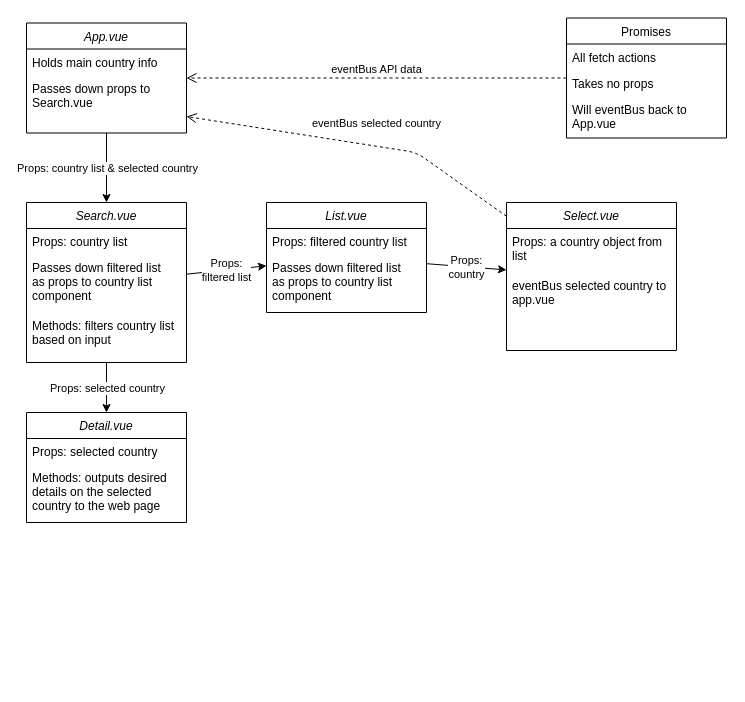
Above: client/diagrams/component_diagram.drawio in mjmccoach/geoexplorers (draw.io), before the change. Source tidied: cells renumbered, new cells numbered last; positions are measured from the earlier drawing's top-left corner, leaving out a move shared by most shapes. Both pictures are drawn from the tidied source at 100%, with x=0, y=0 at pixel (26, 18).
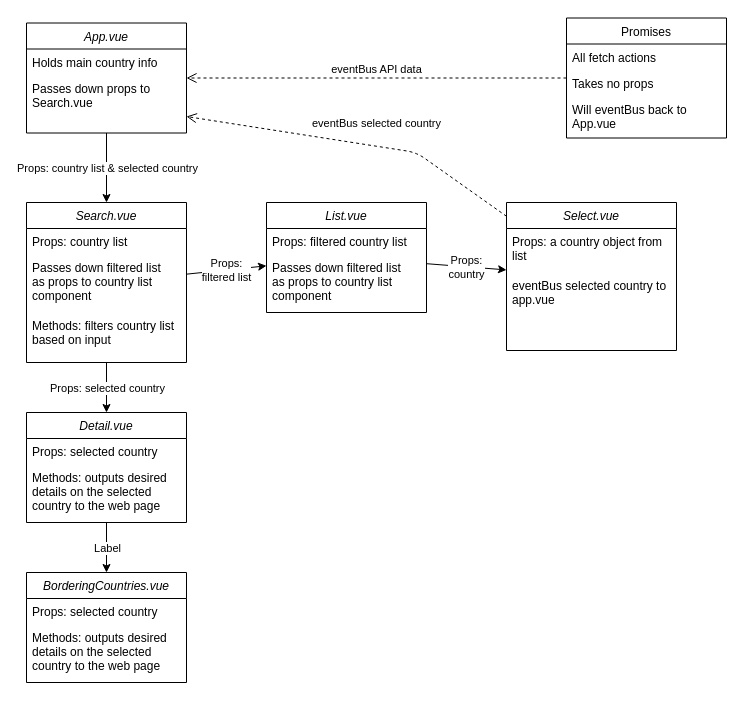
After the change.

Unchanged cells that the change refers to:
```xml
<mxCell id="27" value="Detail.vue" style="swimlane;fontStyle=2;align=center;verticalAlign=top;horizontal=1;startSize=26;rounded=0;shadow=0;strokeWidth=1;" parent="1" vertex="1">
  <mxGeometry y="394" width="160" height="110" as="geometry" />
</mxCell>
```

The edit, as a diff of the source:
```diff
@@
+    <mxCell id="32" value="BorderingCountries.vue" style="swimlane;fontStyle=2;align=center;verticalAlign=top;horizontal=1;startSize=26;rounded=0;shadow=0;strokeWidth=1;" parent="1" vertex="1">
+      <mxGeometry y="554" width="160" height="110" as="geometry" />
+    </mxCell>
+    <mxCell id="33" value="Props: selected country" style="text;align=left;verticalAlign=top;spacingLeft=4;spacingRight=4;overflow=hidden;" parent="32" vertex="1">
+      <mxGeometry y="26" width="160" height="26" as="geometry" />
+    </mxCell>
+    <mxCell id="34" value="Methods: outputs desired &#10;details on the selected &#10;country to the web page" style="text;align=left;verticalAlign=top;spacingLeft=4;spacingRight=4;overflow=hidden;" parent="32" vertex="1">
+      <mxGeometry y="52" width="160" height="58" as="geometry" />
+    </mxCell>
+    <mxCell id="35" style="endArrow=classic;html=1;" parent="1" edge="1" source="27" target="32">
+      <mxGeometry relative="1" as="geometry" />
+    </mxCell>
+    <mxCell id="36" value="Label" style="edgeLabel;html=1;align=center;verticalAlign=middle;" parent="35" vertex="1">
+      <mxGeometry relative="1" as="geometry" />
+    </mxCell>
```
